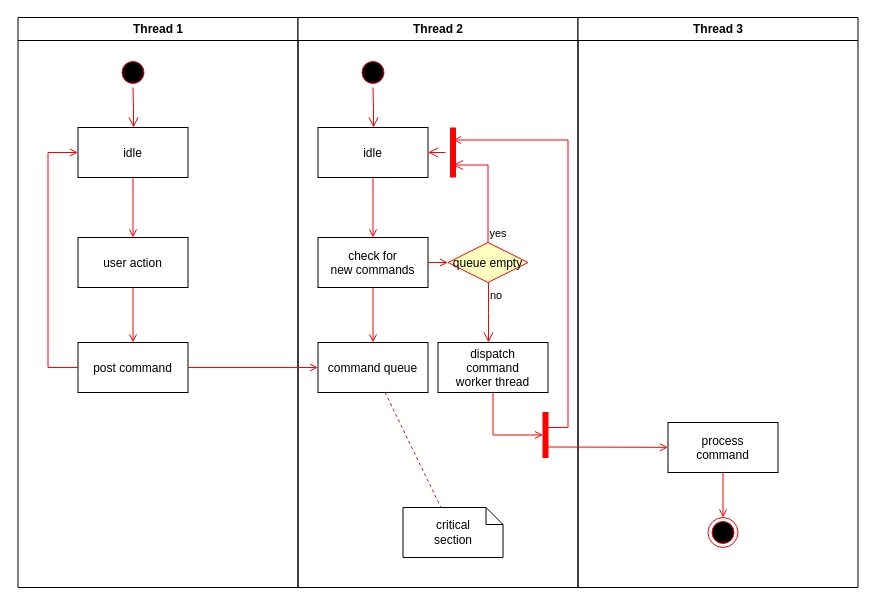
This is Activity Diagram.drawio from sintariaulia/Diagram, a draw.io file, before an edit. Source tidied: cells renumbered, new cells numbered last; positions are measured from the earlier drawing's top-left corner, leaving out a move shared by most shapes. Both pictures are drawn from the tidied source at 100%, with x=0, y=0 at pixel (17, 17).
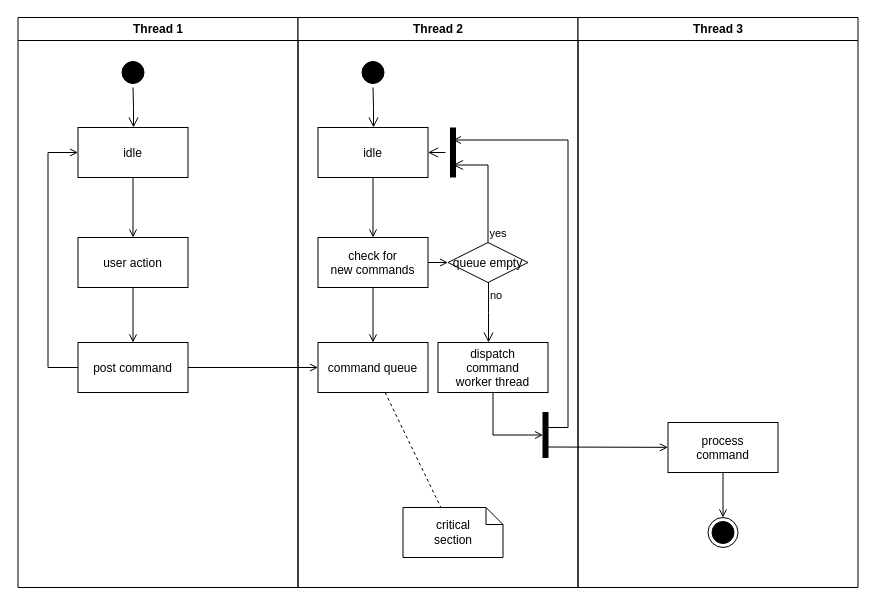
The same diagram, later.

What changed in the source:
```diff
@@
-    <mxCell id="2" value="Thread 1" style="swimlane;whiteSpace=wrap;" parent="1" vertex="1">
+    <mxCell id="2" value="Thread 1" style="swimlane;whiteSpace=wrap;strokeColor=#000000;" parent="1" vertex="1">
       <mxGeometry x="0.5" width="280" height="570" as="geometry" />
     </mxCell>
-    <mxCell id="3" style="ellipse;shape=startState;fillColor=#000000;strokeColor=#ff0000;" parent="2" vertex="1">
+    <mxCell id="3" style="ellipse;shape=startState;fillColor=#000000;strokeColor=#000000;" parent="2" vertex="1">
       <mxGeometry x="100" y="40" width="30" height="30" as="geometry" />
     </mxCell>
-    <mxCell id="4" style="edgeStyle=elbowEdgeStyle;elbow=horizontal;verticalAlign=bottom;endArrow=open;endSize=8;strokeColor=#FF0000;endFill=1;rounded=0;" parent="2" edge="1" source="3" target="5">
+    <mxCell id="4" style="edgeStyle=elbowEdgeStyle;elbow=horizontal;verticalAlign=bottom;endArrow=open;endSize=8;strokeColor=#000000;endFill=1;rounded=0;" parent="2" edge="1" source="3" target="5">
       <mxGeometry x="100" y="40" as="geometry" />
     </mxCell>
-    <mxCell id="5" value="idle" parent="2" vertex="1">
+    <mxCell id="5" value="idle" style="strokeColor=#000000;" parent="2" vertex="1">
       <mxGeometry x="60" y="110" width="110" height="50" as="geometry" />
     </mxCell>
-    <mxCell id="6" value="user action" parent="2" vertex="1">
+    <mxCell id="6" value="user action" style="strokeColor=#000000;" parent="2" vertex="1">
       <mxGeometry x="60" y="220" width="110" height="50" as="geometry" />
     </mxCell>
-    <mxCell id="7" style="endArrow=open;strokeColor=#FF0000;endFill=1;rounded=0;" parent="2" edge="1" source="5" target="6">
+    <mxCell id="7" style="endArrow=open;strokeColor=#000000;endFill=1;rounded=0;" parent="2" edge="1" source="5" target="6">
       <mxGeometry relative="1" as="geometry" />
     </mxCell>
-    <mxCell id="8" value="post command" parent="2" vertex="1">
+    <mxCell id="8" value="post command" style="strokeColor=#000000;" parent="2" vertex="1">
       <mxGeometry x="60" y="325" width="110" height="50" as="geometry" />
     </mxCell>
-    <mxCell id="9" style="endArrow=open;strokeColor=#FF0000;endFill=1;rounded=0;" parent="2" edge="1" source="6" target="8">
+    <mxCell id="9" style="endArrow=open;strokeColor=#000000;endFill=1;rounded=0;" parent="2" edge="1" source="6" target="8">
       <mxGeometry relative="1" as="geometry" />
     </mxCell>
-    <mxCell id="10" style="edgeStyle=elbowEdgeStyle;elbow=horizontal;strokeColor=#FF0000;endArrow=open;endFill=1;rounded=0;" parent="2" edge="1" source="8" target="5">
+    <mxCell id="10" style="edgeStyle=elbowEdgeStyle;elbow=horizontal;strokeColor=#000000;endArrow=open;endFill=1;rounded=0;" parent="2" edge="1" source="8" target="5">
       <mxGeometry relative="1" as="geometry">
         <Array as="points">
           <mxPoint x="30" y="250" />
         </Array>
       </mxGeometry>
     </mxCell>
-    <mxCell id="11" value="Thread 2" style="swimlane;whiteSpace=wrap;" parent="1" vertex="1">
+    <mxCell id="11" value="Thread 2" style="swimlane;whiteSpace=wrap;strokeColor=#000000;" parent="1" vertex="1">
       <mxGeometry x="280.5" width="280" height="570" as="geometry" />
     </mxCell>
-    <mxCell id="12" style="ellipse;shape=startState;fillColor=#000000;strokeColor=#ff0000;" parent="11" vertex="1">
+    <mxCell id="12" style="ellipse;shape=startState;fillColor=#000000;strokeColor=#000000;" parent="11" vertex="1">
       <mxGeometry x="60" y="40" width="30" height="30" as="geometry" />
     </mxCell>
-    <mxCell id="13" style="edgeStyle=elbowEdgeStyle;elbow=horizontal;verticalAlign=bottom;endArrow=open;endSize=8;strokeColor=#FF0000;endFill=1;rounded=0;" parent="11" edge="1" source="12" target="14">
+    <mxCell id="13" style="edgeStyle=elbowEdgeStyle;elbow=horizontal;verticalAlign=bottom;endArrow=open;endSize=8;strokeColor=#000000;endFill=1;rounded=0;" parent="11" edge="1" source="12" target="14">
       <mxGeometry x="40" y="20" as="geometry" />
     </mxCell>
-    <mxCell id="14" value="idle" parent="11" vertex="1">
+    <mxCell id="14" value="idle" style="strokeColor=#000000;" parent="11" vertex="1">
       <mxGeometry x="20" y="110" width="110" height="50" as="geometry" />
     </mxCell>
-    <mxCell id="15" value="check for &#10;new commands" parent="11" vertex="1">
+    <mxCell id="15" value="check for &#10;new commands" style="strokeColor=#000000;" parent="11" vertex="1">
       <mxGeometry x="20" y="220" width="110" height="50" as="geometry" />
     </mxCell>
-    <mxCell id="16" style="endArrow=open;strokeColor=#FF0000;endFill=1;rounded=0;" parent="11" edge="1" source="14" target="15">
+    <mxCell id="16" style="endArrow=open;strokeColor=#000000;endFill=1;rounded=0;" parent="11" edge="1" source="14" target="15">
       <mxGeometry relative="1" as="geometry" />
     </mxCell>
-    <mxCell id="17" value="command queue" parent="11" vertex="1">
+    <mxCell id="17" value="command queue" style="strokeColor=#000000;" parent="11" vertex="1">
       <mxGeometry x="20" y="325" width="110" height="50" as="geometry" />
     </mxCell>
-    <mxCell id="18" style="endArrow=open;strokeColor=#FF0000;endFill=1;rounded=0;" parent="11" edge="1" source="15" target="17">
+    <mxCell id="18" style="endArrow=open;strokeColor=#000000;endFill=1;rounded=0;" parent="11" edge="1" source="15" target="17">
       <mxGeometry relative="1" as="geometry" />
     </mxCell>
-    <mxCell id="19" value="queue empty" style="rhombus;fillColor=#ffffc0;strokeColor=#ff0000;" parent="11" vertex="1">
+    <mxCell id="19" value="queue empty" style="rhombus;fillColor=none;strokeColor=#000000;" parent="11" vertex="1">
       <mxGeometry x="150" y="225" width="80" height="40" as="geometry" />
     </mxCell>
-    <mxCell id="20" value="yes" style="edgeStyle=elbowEdgeStyle;elbow=horizontal;align=left;verticalAlign=bottom;endArrow=open;endSize=8;strokeColor=#FF0000;exitX=0.5;exitY=0;endFill=1;rounded=0;entryX=0.75;entryY=0.5;entryPerimeter=0;" parent="11" edge="1" source="19" target="23">
+    <mxCell id="20" value="yes" style="edgeStyle=elbowEdgeStyle;elbow=horizontal;align=left;verticalAlign=bottom;endArrow=open;endSize=8;strokeColor=#000000;exitX=0.5;exitY=0;endFill=1;rounded=0;entryX=0.75;entryY=0.5;entryPerimeter=0;" parent="11" edge="1" source="19" target="23">
       <mxGeometry x="-1" relative="1" as="geometry">
         <Array as="points">
           <mxPoint x="190" y="180" />
         </Array>
       </mxGeometry>
     </mxCell>
-    <mxCell id="21" value="no" style="edgeStyle=elbowEdgeStyle;elbow=horizontal;align=left;verticalAlign=top;endArrow=open;endSize=8;strokeColor=#FF0000;endFill=1;rounded=0;" parent="11" edge="1" source="19" target="25">
+    <mxCell id="21" value="no" style="edgeStyle=elbowEdgeStyle;elbow=horizontal;align=left;verticalAlign=top;endArrow=open;endSize=8;strokeColor=#000000;endFill=1;rounded=0;" parent="11" edge="1" source="19" target="25">
       <mxGeometry x="-1" relative="1" as="geometry" />
     </mxCell>
-    <mxCell id="22" style="endArrow=open;strokeColor=#FF0000;endFill=1;rounded=0;" parent="11" edge="1" source="15" target="19">
+    <mxCell id="22" style="endArrow=open;strokeColor=#000000;endFill=1;rounded=0;" parent="11" edge="1" source="15" target="19">
       <mxGeometry relative="1" as="geometry" />
     </mxCell>
-    <mxCell id="23" style="shape=line;strokeWidth=6;strokeColor=#ff0000;rotation=90;" parent="11" vertex="1">
+    <mxCell id="23" style="shape=line;strokeWidth=6;strokeColor=#000000;rotation=90;" parent="11" vertex="1">
       <mxGeometry x="130" y="127.5" width="50" height="15" as="geometry" />
     </mxCell>
-    <mxCell id="24" style="edgeStyle=elbowEdgeStyle;elbow=horizontal;verticalAlign=bottom;endArrow=open;endSize=8;strokeColor=#FF0000;endFill=1;rounded=0;" parent="11" edge="1" source="23" target="14">
+    <mxCell id="24" style="edgeStyle=elbowEdgeStyle;elbow=horizontal;verticalAlign=bottom;endArrow=open;endSize=8;strokeColor=#000000;endFill=1;rounded=0;" parent="11" edge="1" source="23" target="14">
       <mxGeometry x="130" y="90" as="geometry" />
     </mxCell>
-    <mxCell id="25" value="dispatch&#10;command&#10;worker thread" parent="11" vertex="1">
+    <mxCell id="25" value="dispatch&#10;command&#10;worker thread" style="strokeColor=#000000;" parent="11" vertex="1">
       <mxGeometry x="140" y="325" width="110" height="50" as="geometry" />
     </mxCell>
-    <mxCell id="26" value="critical&#10;section" style="shape=note;whiteSpace=wrap;size=17;" parent="11" vertex="1">
+    <mxCell id="26" value="critical&#10;section" style="shape=note;whiteSpace=wrap;size=17;strokeColor=#000000;" parent="11" vertex="1">
       <mxGeometry x="105" y="490" width="100" height="50" as="geometry" />
     </mxCell>
-    <mxCell id="27" style="endArrow=none;strokeColor=#FF0000;endFill=0;rounded=0;dashed=1;" parent="11" edge="1" source="17" target="26">
+    <mxCell id="27" style="endArrow=none;strokeColor=#000000;endFill=0;rounded=0;dashed=1;" parent="11" edge="1" source="17" target="26">
       <mxGeometry relative="1" as="geometry" />
     </mxCell>
-    <mxCell id="28" style="whiteSpace=wrap;strokeColor=#FF0000;fillColor=#FF0000;" parent="11" vertex="1">
+    <mxCell id="28" style="whiteSpace=wrap;strokeColor=#000000;fillColor=#030303;" parent="11" vertex="1">
       <mxGeometry x="245" y="395" width="5" height="45" as="geometry" />
     </mxCell>
-    <mxCell id="29" style="edgeStyle=elbowEdgeStyle;elbow=horizontal;entryX=0;entryY=0.5;strokeColor=#FF0000;endArrow=open;endFill=1;rounded=0;" parent="11" edge="1" source="25" target="28">
+    <mxCell id="29" style="edgeStyle=elbowEdgeStyle;elbow=horizontal;entryX=0;entryY=0.5;strokeColor=#000000;endArrow=open;endFill=1;rounded=0;" parent="11" edge="1" source="25" target="28">
       <mxGeometry relative="1" as="geometry">
         <Array as="points">
           <mxPoint x="195" y="400" />
         </Array>
       </mxGeometry>
     </mxCell>
-    <mxCell id="30" value="Thread 3" style="swimlane;whiteSpace=wrap;" parent="1" vertex="1">
+    <mxCell id="30" value="Thread 3" style="swimlane;whiteSpace=wrap;strokeColor=#000000;" parent="1" vertex="1">
       <mxGeometry x="560.5" width="280" height="570" as="geometry" />
     </mxCell>
-    <mxCell id="31" value="process&#10;command" parent="30" vertex="1">
+    <mxCell id="31" value="process&#10;command" style="strokeColor=#000000;" parent="30" vertex="1">
       <mxGeometry x="90" y="405" width="110" height="50" as="geometry" />
     </mxCell>
-    <mxCell id="32" style="edgeStyle=elbowEdgeStyle;elbow=horizontal;strokeColor=#FF0000;endArrow=open;endFill=1;rounded=0;entryX=0.25;entryY=0.5;entryPerimeter=0;" parent="30" edge="1" target="23">
+    <mxCell id="32" style="edgeStyle=elbowEdgeStyle;elbow=horizontal;strokeColor=#000000;endArrow=open;endFill=1;rounded=0;entryX=0.25;entryY=0.5;entryPerimeter=0;" parent="30" edge="1" target="23">
       <mxGeometry relative="1" as="geometry">
         <mxPoint x="-30" y="410" as="sourcePoint" />
         <Array as="points">
           <mxPoint x="-10" y="135" />
         </Array>
       </mxGeometry>
     </mxCell>
-    <mxCell id="33" style="edgeStyle=none;strokeColor=#FF0000;endArrow=open;endFill=1;rounded=0;" parent="30" edge="1" target="31">
+    <mxCell id="33" style="edgeStyle=none;strokeColor=#000000;endArrow=open;endFill=1;rounded=0;" parent="30" edge="1" target="31">
       <mxGeometry relative="1" as="geometry">
         <mxPoint x="-30" y="429.5" as="sourcePoint" />
       </mxGeometry>
     </mxCell>
-    <mxCell id="34" style="ellipse;shape=endState;fillColor=#000000;strokeColor=#ff0000;" parent="30" vertex="1">
+    <mxCell id="34" style="ellipse;shape=endState;fillColor=#000000;strokeColor=#000000;" parent="30" vertex="1">
       <mxGeometry x="130" y="500" width="30" height="30" as="geometry" />
     </mxCell>
-    <mxCell id="35" style="endArrow=open;strokeColor=#FF0000;endFill=1;rounded=0;" parent="30" edge="1" source="31" target="34">
+    <mxCell id="35" style="endArrow=open;strokeColor=#000000;endFill=1;rounded=0;" parent="30" edge="1" source="31" target="34">
       <mxGeometry relative="1" as="geometry" />
     </mxCell>
-    <mxCell id="36" style="endArrow=open;strokeColor=#FF0000;endFill=1;rounded=0;" parent="1" edge="1" source="8" target="17">
+    <mxCell id="36" style="endArrow=open;strokeColor=#000000;endFill=1;rounded=0;" parent="1" edge="1" source="8" target="17">
       <mxGeometry relative="1" as="geometry" />
     </mxCell>
```
